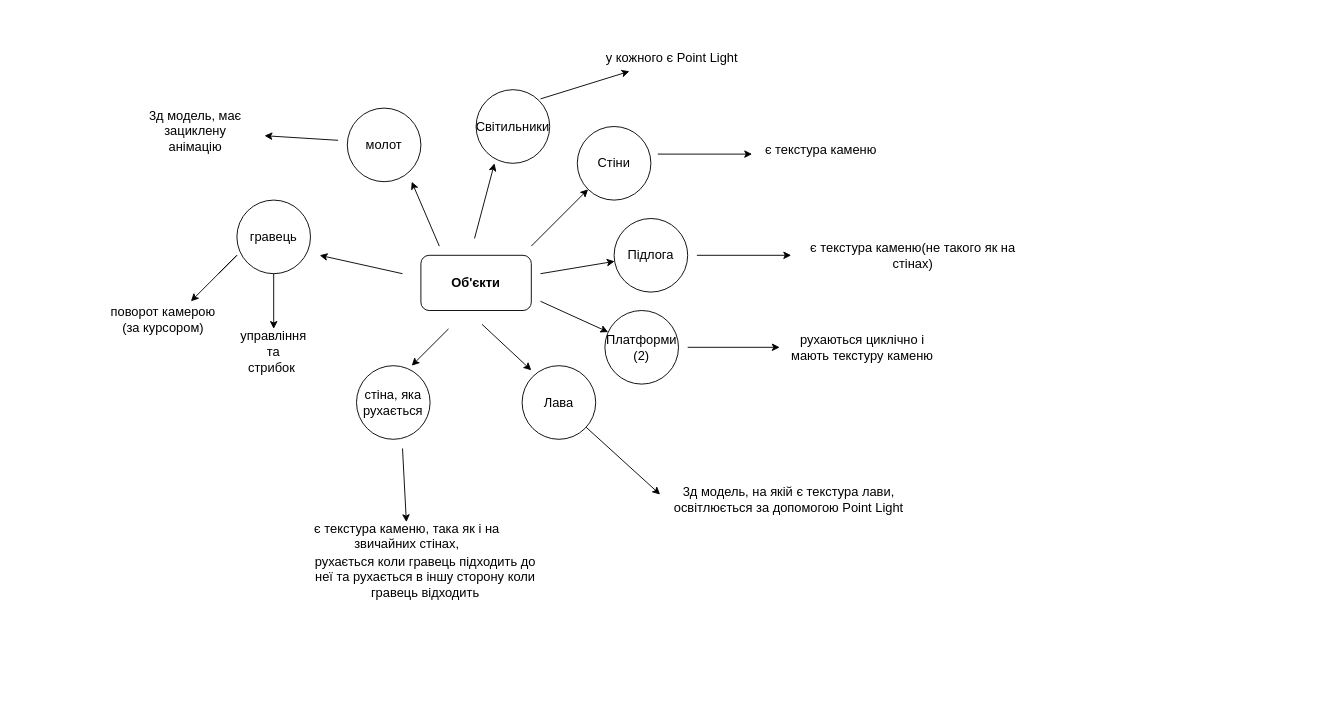
Before: page "Сторінка-2" (2 of 2) of Дизайн документ.drawio in AlinaBilozer/Game, a draw.io diagram. Source tidied: cells renumbered, new cells numbered last; positions are measured from the earlier drawing's top-left corner, leaving out a move shared by most shapes. Both pictures are drawn from the tidied source at 92%, with x=0, y=0 at pixel (108, 43).
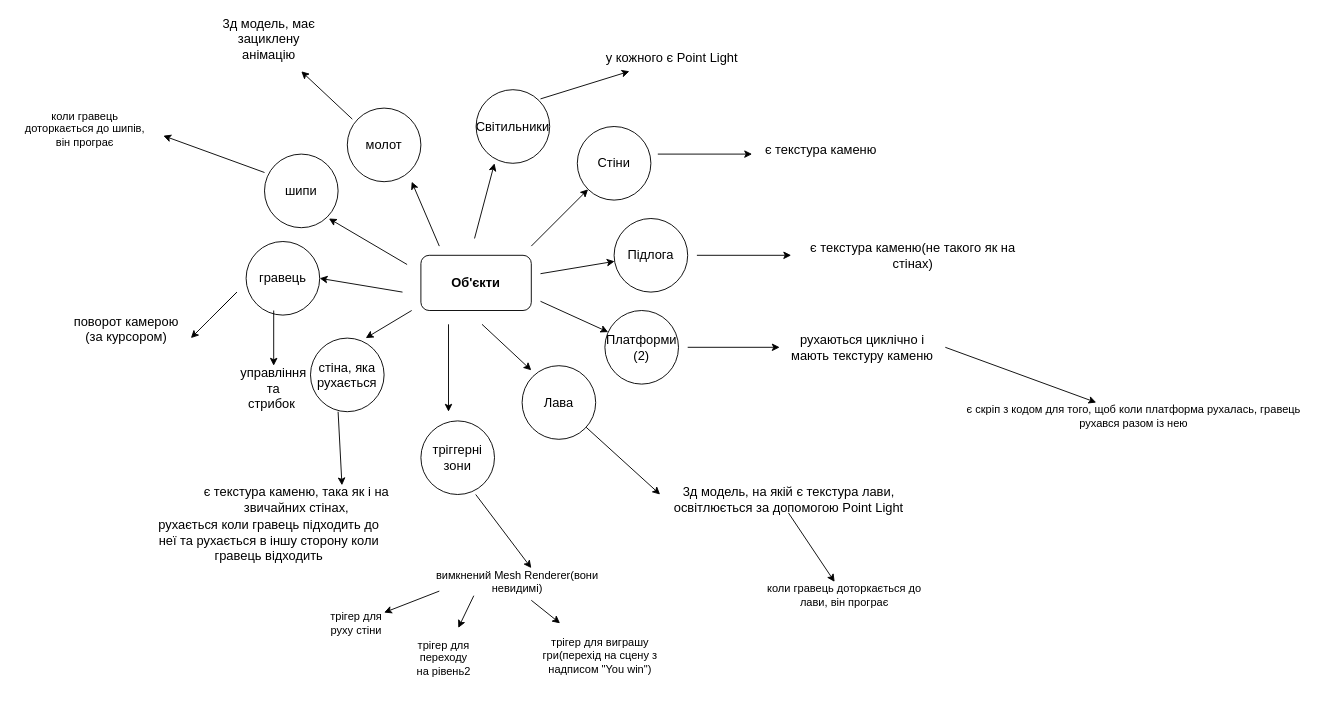
After the change.

The change refers to these unchanged cells:
```xml
<mxCell id="31" value="молот" style="ellipse;whiteSpace=wrap;html=1;fontSize=14;" parent="1" vertex="1">
  <mxGeometry x="260" y="70" width="80" height="80" as="geometry" />
</mxCell>
```

Diff of the diagram source:
```diff
@@
     <mxCell id="19" style="endArrow=classic;html=1;rounded=0;fontSize=14;" parent="1" edge="1">
       <mxGeometry relative="1" as="geometry">
-        <mxPoint x="370" y="310" as="sourcePoint" />
-        <mxPoint x="330" y="350" as="targetPoint" />
+        <mxPoint x="330" y="290" as="sourcePoint" />
+        <mxPoint x="280" y="320" as="targetPoint" />
       </mxGeometry>
     </mxCell>
     <mxCell id="20" value="стіна, яка рухається" style="ellipse;whiteSpace=wrap;html=1;fontSize=14;" parent="1" vertex="1">
-      <mxGeometry x="270" y="350" width="80" height="80" as="geometry" />
+      <mxGeometry x="220" y="320" width="80" height="80" as="geometry" />
     </mxCell>
-    <mxCell id="21" style="endArrow=classic;html=1;rounded=0;fontSize=14;" parent="1" edge="1" target="22">
+    <mxCell id="21" style="endArrow=classic;html=1;rounded=0;fontSize=14;" parent="1" edge="1">
       <mxGeometry relative="1" as="geometry">
-        <mxPoint x="320" y="440" as="sourcePoint" />
+        <mxPoint x="250" y="400" as="sourcePoint" />
+        <mxPoint x="254.2" y="480" as="targetPoint" />
       </mxGeometry>
     </mxCell>
     <mxCell id="22" value="є текстура каменю, така як і на звичайних стінах," style="text;html=1;strokeColor=none;fillColor=none;align=center;verticalAlign=middle;whiteSpace=wrap;rounded=0;fontSize=14;" parent="1" vertex="1">
-      <mxGeometry x="220" y="520" width="210" height="30" as="geometry" />
+      <mxGeometry x="100" y="480" width="210" height="30" as="geometry" />
     </mxCell>
     <mxCell id="23" value="рухається коли гравець підходить до неї та рухається в іншу сторону коли гравець відходить" style="text;html=1;strokeColor=none;fillColor=none;align=center;verticalAlign=middle;whiteSpace=wrap;rounded=0;fontSize=14;" parent="1" vertex="1">
-      <mxGeometry x="220" y="560" width="250" height="40" as="geometry" />
+      <mxGeometry x="50" y="520" width="250" height="40" as="geometry" />
     </mxCell>
-    <mxCell id="24" style="endArrow=classic;html=1;rounded=0;fontSize=14;" parent="1" edge="1">
+    <mxCell id="24" style="endArrow=classic;html=1;rounded=0;fontSize=14;entryX=1;entryY=0.5;entryDx=0;entryDy=0;" parent="1" edge="1" target="25">
       <mxGeometry relative="1" as="geometry">
-        <mxPoint x="320" y="250" as="sourcePoint" />
-        <mxPoint x="230" y="230" as="targetPoint" />
+        <mxPoint x="320" y="270" as="sourcePoint" />
       </mxGeometry>
     </mxCell>
     <mxCell id="25" value="гравець" style="ellipse;whiteSpace=wrap;html=1;fontSize=14;" parent="1" vertex="1">
-      <mxGeometry x="140" y="170" width="80" height="80" as="geometry" />
+      <mxGeometry x="150" y="215" width="80" height="80" as="geometry" />
     </mxCell>
     <mxCell id="26" style="endArrow=classic;html=1;rounded=0;fontSize=14;" parent="1" edge="1">
       <mxGeometry relative="1" as="geometry">
-        <mxPoint x="180" y="250" as="sourcePoint" />
-        <mxPoint x="180" y="310" as="targetPoint" />
+        <mxPoint x="180" y="290" as="sourcePoint" />
+        <mxPoint x="180" y="350" as="targetPoint" />
       </mxGeometry>
     </mxCell>
     <mxCell id="27" value="управління та стрибок&amp;nbsp;" style="text;html=1;strokeColor=none;fillColor=none;align=center;verticalAlign=middle;whiteSpace=wrap;rounded=0;fontSize=14;" parent="1" vertex="1">
-      <mxGeometry x="150" y="320" width="60" height="30" as="geometry" />
+      <mxGeometry x="150" y="360" width="60" height="30" as="geometry" />
     </mxCell>
     <mxCell id="28" style="endArrow=classic;html=1;rounded=0;fontSize=14;" parent="1" edge="1">
       <mxGeometry relative="1" as="geometry">
-        <mxPoint x="120" y="250" as="sourcePoint" />
-        <mxPoint x="90" y="280" as="targetPoint" />
+        <mxPoint x="120" y="290" as="sourcePoint" />
+        <mxPoint x="90" y="320" as="targetPoint" />
         <Array as="points">
-          <mxPoint x="140" y="230" />
-          <mxPoint x="110" y="260" />
+          <mxPoint x="140" y="270" />
+          <mxPoint x="110" y="300" />
         </Array>
       </mxGeometry>
     </mxCell>
     <mxCell id="29" value="поворот камерою (за курсором)" style="text;html=1;strokeColor=none;fillColor=none;align=center;verticalAlign=middle;whiteSpace=wrap;rounded=0;fontSize=14;" parent="1" vertex="1">
-      <mxGeometry y="285" width="120" height="30" as="geometry" />
+      <mxGeometry x="-40" y="295" width="120" height="30" as="geometry" />
     </mxCell>
@@
-    <mxCell id="32" style="endArrow=classic;html=1;rounded=0;fontSize=14;" parent="1" edge="1">
+    <mxCell id="32" style="endArrow=classic;html=1;rounded=0;fontSize=14;exitX=0.068;exitY=0.15;exitDx=0;exitDy=0;exitPerimeter=0;" parent="1" edge="1" source="31">
       <mxGeometry relative="1" as="geometry">
-        <mxPoint x="250" y="105" as="sourcePoint" />
-        <mxPoint x="170" y="100" as="targetPoint" />
+        <mxPoint x="210" y="30" as="targetPoint" />
       </mxGeometry>
     </mxCell>
     <mxCell id="33" value="3д модель, має зациклену анімацію" style="text;html=1;strokeColor=none;fillColor=none;align=center;verticalAlign=middle;whiteSpace=wrap;rounded=0;fontSize=14;" parent="1" vertex="1">
-      <mxGeometry x="30" y="80" width="130" height="30" as="geometry" />
+      <mxGeometry x="110" y="-20" width="130" height="30" as="geometry" />
     </mxCell>
@@
+    <mxCell id="38" style="endArrow=classic;html=1;rounded=0;" parent="1" edge="1" target="39">
+      <mxGeometry relative="1" as="geometry">
+        <mxPoint x="739.5" y="510" as="sourcePoint" />
+      </mxGeometry>
+    </mxCell>
+    <mxCell id="39" value="коли гравець доторкається до лави, він програє" style="text;html=1;strokeColor=none;fillColor=none;align=center;verticalAlign=middle;whiteSpace=wrap;rounded=0;" parent="1" vertex="1">
+      <mxGeometry x="709.5" y="585" width="180.5" height="30" as="geometry" />
+    </mxCell>
+    <mxCell id="40" style="endArrow=classic;html=1;rounded=0;" parent="1" edge="1" target="41">
+      <mxGeometry relative="1" as="geometry">
+        <mxPoint x="910" y="330" as="sourcePoint" />
+      </mxGeometry>
+    </mxCell>
+    <mxCell id="41" value="є скріп з кодом для того, щоб коли платформа рухалась, гравець рухався разом із нею" style="text;html=1;strokeColor=none;fillColor=none;align=center;verticalAlign=middle;whiteSpace=wrap;rounded=0;" parent="1" vertex="1">
+      <mxGeometry x="930.2" y="390" width="369.8" height="30" as="geometry" />
+    </mxCell>
+    <mxCell id="42" style="endArrow=classic;html=1;rounded=0;fontSize=14;" parent="1" edge="1">
+      <mxGeometry relative="1" as="geometry">
+        <mxPoint x="325" y="240" as="sourcePoint" />
+        <mxPoint x="240" y="190" as="targetPoint" />
+      </mxGeometry>
+    </mxCell>
+    <mxCell id="43" value="шипи" style="ellipse;whiteSpace=wrap;html=1;fontSize=14;" parent="1" vertex="1">
+      <mxGeometry x="170" y="120" width="80" height="80" as="geometry" />
+    </mxCell>
+    <mxCell id="44" style="endArrow=classic;html=1;rounded=0;fontSize=14;exitX=0;exitY=0.25;exitDx=0;exitDy=0;exitPerimeter=0;" parent="1" edge="1" source="43">
+      <mxGeometry relative="1" as="geometry">
+        <mxPoint x="60" y="100" as="targetPoint" />
+      </mxGeometry>
+    </mxCell>
+    <mxCell id="45" value="коли гравець доторкається до шипів, він програє" style="text;html=1;strokeColor=none;fillColor=none;align=center;verticalAlign=middle;whiteSpace=wrap;rounded=0;" parent="1" vertex="1">
+      <mxGeometry x="-100" y="75" width="150" height="35" as="geometry" />
+    </mxCell>
+    <mxCell id="46" style="endArrow=classic;html=1;rounded=0;fontSize=14;" parent="1" edge="1">
+      <mxGeometry relative="1" as="geometry">
+        <mxPoint x="370" y="305" as="sourcePoint" />
+        <mxPoint x="370" y="400" as="targetPoint" />
+      </mxGeometry>
+    </mxCell>
+    <mxCell id="47" value="тріггерні зони" style="ellipse;whiteSpace=wrap;html=1;fontSize=14;" parent="1" vertex="1">
+      <mxGeometry x="340" y="410" width="80" height="80" as="geometry" />
+    </mxCell>
+    <mxCell id="48" style="endArrow=classic;html=1;rounded=0;fontSize=14;" parent="1" edge="1">
+      <mxGeometry relative="1" as="geometry">
+        <mxPoint x="399.6" y="490" as="sourcePoint" />
+        <mxPoint x="460" y="570" as="targetPoint" />
+      </mxGeometry>
+    </mxCell>
+    <mxCell id="49" value="вимкнений Mesh Renderer(вони невидимі)" style="text;html=1;strokeColor=none;fillColor=none;align=center;verticalAlign=middle;whiteSpace=wrap;rounded=0;" parent="1" vertex="1">
+      <mxGeometry x="350" y="570" width="190" height="30" as="geometry" />
+    </mxCell>
+    <mxCell id="50" style="endArrow=classic;html=1;rounded=0;" parent="1" edge="1" target="51">
+      <mxGeometry relative="1" as="geometry">
+        <mxPoint x="360" y="595" as="sourcePoint" />
+      </mxGeometry>
+    </mxCell>
+    <mxCell id="51" value="трігер для руху стіни" style="text;html=1;strokeColor=none;fillColor=none;align=center;verticalAlign=middle;whiteSpace=wrap;rounded=0;" parent="1" vertex="1">
+      <mxGeometry x="240" y="615" width="60" height="30" as="geometry" />
+    </mxCell>
+    <mxCell id="52" style="endArrow=classic;html=1;rounded=0;exitX=0.25;exitY=1;exitDx=0;exitDy=0;" parent="1" edge="1" source="49" target="53">
+      <mxGeometry relative="1" as="geometry" />
+    </mxCell>
+    <mxCell id="53" value="трігер для переходу на рівень2" style="text;html=1;strokeColor=none;fillColor=none;align=center;verticalAlign=middle;whiteSpace=wrap;rounded=0;" parent="1" vertex="1">
+      <mxGeometry x="330" y="635" width="70" height="65" as="geometry" />
+    </mxCell>
+    <mxCell id="54" style="endArrow=classic;html=1;rounded=0;exitX=0.25;exitY=1;exitDx=0;exitDy=0;" parent="1" edge="1" target="55">
+      <mxGeometry relative="1" as="geometry">
+        <mxPoint x="460" y="605" as="sourcePoint" />
+      </mxGeometry>
+    </mxCell>
+    <mxCell id="55" value="трігер для виграшу гри(перехід на сцену з надписом &quot;You win&quot;)" style="text;html=1;strokeColor=none;fillColor=none;align=center;verticalAlign=middle;whiteSpace=wrap;rounded=0;" parent="1" vertex="1">
+      <mxGeometry x="460" y="630" width="150" height="70" as="geometry" />
+    </mxCell>
```
